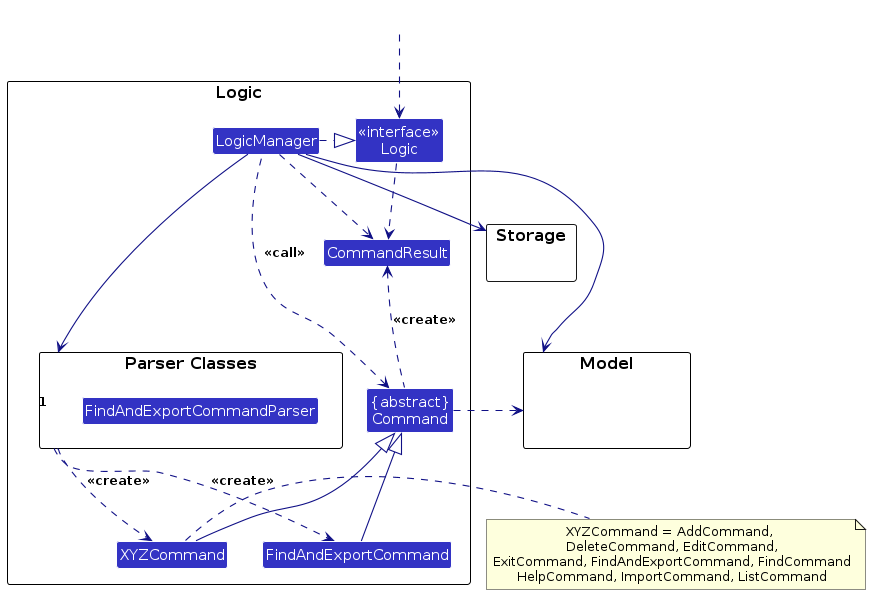
Above: diagrams/LogicClassDiagram.png in AY2324S2-CS2103T-W08-3/tp (PlantUML), before the change. Its source is kept beside it as diagrams/LogicClassDiagram.puml.
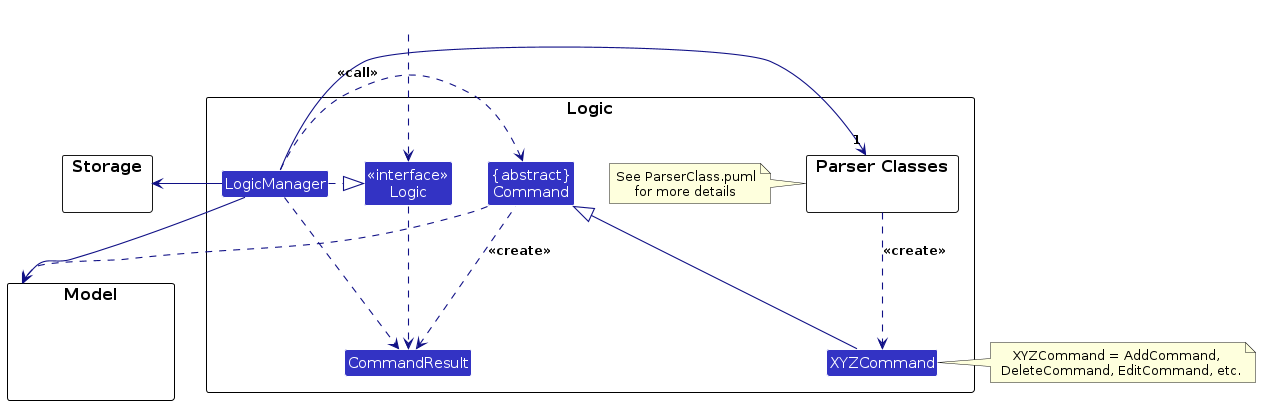
After the change.

What changed in the source:
```diff
@@ -7,12 +7,11 @@
 package Logic as LogicPackage {
 
 package "Parser Classes" as ParserClasses{
-    Class FindAndExportCommandParser
 }
+note left of ParserClasses: See ParserClass.puml\nfor more details
 Class XYZCommand
 Class CommandResult
 Class "{abstract}\nCommand" as Command
-Class FindAndExportCommand
 
 Class "<<interface>>\nLogic" as Logic
 Class LogicManager
@@ -31,9 +30,7 @@
 LogicManager .right.|> Logic
 LogicManager -right->"1" ParserClasses
 ParserClasses ..> XYZCommand : <<create>>
-ParserClasses ..> FindAndExportCommand : <<create>>
 
-FindAndExportCommand -up-|> Command
 XYZCommand -up-|> Command
 LogicManager .left.> Command : <<call>>
 
@@ -42,7 +39,7 @@
 Storage --[hidden] Model
 Command .[hidden]up.> Storage
 Command .right.> Model
-note right of XYZCommand: XYZCommand = AddCommand, \n DeleteCommand, EditCommand, \nExitCommand, FindAndExportCommand, FindCommand\nHelpCommand, ImportCommand, ListCommand
+note right of XYZCommand: XYZCommand = AddCommand, \n DeleteCommand, EditCommand, etc.
 
 Logic ..> CommandResult
 LogicManager .down.> CommandResult
```
